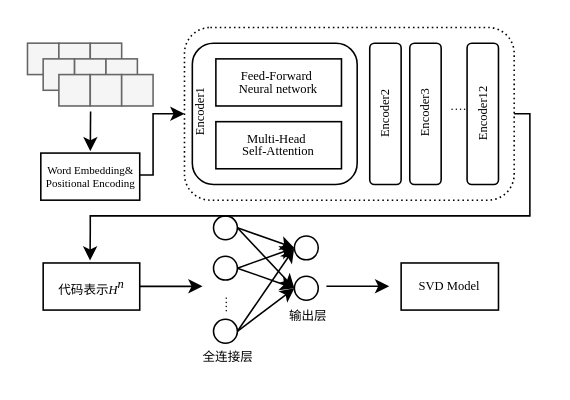
The draw.io diagram 分类器学习.drawio in Adam-01/diagrams, before the edit. Source tidied: cells renumbered, new cells numbered last; positions are measured from the earlier drawing's top-left corner, leaving out a move shared by most shapes. Both pictures are drawn from the tidied source at 157%, with x=0, y=0 at pixel (27, 27).
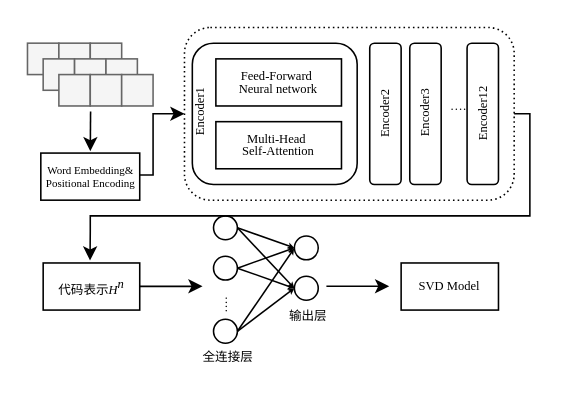
After the change.

Commit message (it also covers changes not shown here):
更新分类器学习.drawio

The change refers to these unchanged cells:
```xml
<mxCell id="15" style="group;fontFamily=Times New Roman;fontSize=8;fillColor=none;" parent="1" vertex="1">
  <mxGeometry x="114" y="120" width="104" height="100" as="geometry" />
</mxCell>
<mxCell id="16" style="ellipse;whiteSpace=wrap;html=1;fontFamily=Times New Roman;fontSize=8;fillColor=none;" parent="15" vertex="1">
  <mxGeometry x="4.5" width="15.2" height="15.2" as="geometry" />
</mxCell>
<mxCell id="17" style="ellipse;whiteSpace=wrap;html=1;fontFamily=Times New Roman;fontSize=8;fillColor=none;" parent="15" vertex="1">
  <mxGeometry x="4.5" y="25.7" width="15.2" height="15.2" as="geometry" />
</mxCell>
<mxCell id="18" style="ellipse;whiteSpace=wrap;html=1;fontFamily=Times New Roman;fontSize=8;fillColor=none;" parent="15" vertex="1">
  <mxGeometry x="4.5" y="65.9" width="15.2" height="15.2" as="geometry" />
</mxCell>
<mxCell id="19" style="ellipse;whiteSpace=wrap;html=1;fontFamily=Times New Roman;fontSize=8;fillColor=none;" parent="15" vertex="1">
  <mxGeometry x="56" y="12.8" width="15.2" height="15.2" as="geometry" />
</mxCell>
<mxCell id="20" style="ellipse;whiteSpace=wrap;html=1;fontFamily=Times New Roman;fontSize=8;fillColor=none;" parent="15" vertex="1">
  <mxGeometry x="56" y="38.5" width="15.2" height="15.2" as="geometry" />
</mxCell>
```

Change to the diagram source:
```diff
@@
-    <mxCell id="21" style="endArrow=classic;html=1;rounded=0;exitX=1;exitY=0.5;exitDx=0;exitDy=0;entryX=0;entryY=0.5;entryDx=0;entryDy=0;fontFamily=Times New Roman;fontSize=8;fillColor=none;strokeWidth=1;" parent="15" edge="1" source="16" target="19">
+    <mxCell id="21" style="endArrow=classic;html=1;rounded=0;exitX=1;exitY=0.5;exitDx=0;exitDy=0;entryX=0;entryY=0.5;entryDx=0;entryDy=0;fontFamily=Times New Roman;fontSize=8;fillColor=none;strokeWidth=1;endSize=1;" parent="15" edge="1" source="16" target="19">
       <mxGeometry relative="1" as="geometry" />
     </mxCell>
-    <mxCell id="22" style="endArrow=classic;html=1;rounded=0;entryX=0;entryY=0.5;entryDx=0;entryDy=0;exitX=1;exitY=0.5;exitDx=0;exitDy=0;fontFamily=Times New Roman;fontSize=8;fillColor=none;strokeWidth=1;" parent="15" edge="1" source="16" target="20">
+    <mxCell id="22" style="endArrow=classic;html=1;rounded=0;entryX=0;entryY=0.5;entryDx=0;entryDy=0;exitX=1;exitY=0.5;exitDx=0;exitDy=0;fontFamily=Times New Roman;fontSize=8;fillColor=none;strokeWidth=1;endSize=1;" parent="15" edge="1" source="16" target="20">
       <mxGeometry relative="1" as="geometry" />
     </mxCell>
-    <mxCell id="23" style="endArrow=classic;html=1;rounded=0;exitX=1;exitY=0.5;exitDx=0;exitDy=0;entryX=0;entryY=0.5;entryDx=0;entryDy=0;fontFamily=Times New Roman;fontSize=8;fillColor=none;strokeWidth=1;" parent="15" edge="1" source="17" target="19">
+    <mxCell id="23" style="endArrow=classic;html=1;rounded=0;exitX=1;exitY=0.5;exitDx=0;exitDy=0;entryX=0;entryY=0.5;entryDx=0;entryDy=0;fontFamily=Times New Roman;fontSize=8;fillColor=none;strokeWidth=1;endSize=1;" parent="15" edge="1" source="17" target="19">
       <mxGeometry relative="1" as="geometry" />
     </mxCell>
-    <mxCell id="24" style="endArrow=classic;html=1;rounded=0;entryX=0;entryY=0.5;entryDx=0;entryDy=0;exitX=1;exitY=0.5;exitDx=0;exitDy=0;fontFamily=Times New Roman;fontSize=8;fillColor=none;strokeWidth=1;" parent="15" edge="1" source="17" target="20">
+    <mxCell id="24" style="endArrow=classic;html=1;rounded=0;entryX=0;entryY=0.5;entryDx=0;entryDy=0;exitX=1;exitY=0.5;exitDx=0;exitDy=0;fontFamily=Times New Roman;fontSize=8;fillColor=none;strokeWidth=1;endSize=1;" parent="15" edge="1" source="17" target="20">
       <mxGeometry relative="1" as="geometry" />
     </mxCell>
-    <mxCell id="25" style="endArrow=classic;html=1;rounded=0;exitX=1;exitY=0.5;exitDx=0;exitDy=0;entryX=-0.009;entryY=0.523;entryDx=0;entryDy=0;entryPerimeter=0;fontFamily=Times New Roman;fontSize=8;fillColor=none;strokeWidth=1;" parent="15" edge="1" source="18" target="19">
+    <mxCell id="25" style="endArrow=classic;html=1;rounded=0;exitX=1;exitY=0.5;exitDx=0;exitDy=0;entryX=-0.009;entryY=0.523;entryDx=0;entryDy=0;entryPerimeter=0;fontFamily=Times New Roman;fontSize=8;fillColor=none;strokeWidth=1;endSize=1;" parent="15" edge="1" source="18" target="19">
       <mxGeometry relative="1" as="geometry" />
     </mxCell>
-    <mxCell id="26" style="endArrow=classic;html=1;rounded=0;exitX=1;exitY=0.5;exitDx=0;exitDy=0;entryX=0;entryY=0.5;entryDx=0;entryDy=0;fontFamily=Times New Roman;fontSize=8;fillColor=none;strokeWidth=1;" parent="15" edge="1" source="18" target="20">
+    <mxCell id="26" style="endArrow=classic;html=1;rounded=0;exitX=1;exitY=0.5;exitDx=0;exitDy=0;entryX=0;entryY=0.5;entryDx=0;entryDy=0;fontFamily=Times New Roman;fontSize=8;fillColor=none;strokeWidth=1;endSize=1;" parent="15" edge="1" source="18" target="20">
       <mxGeometry relative="1" as="geometry" />
     </mxCell>
```
